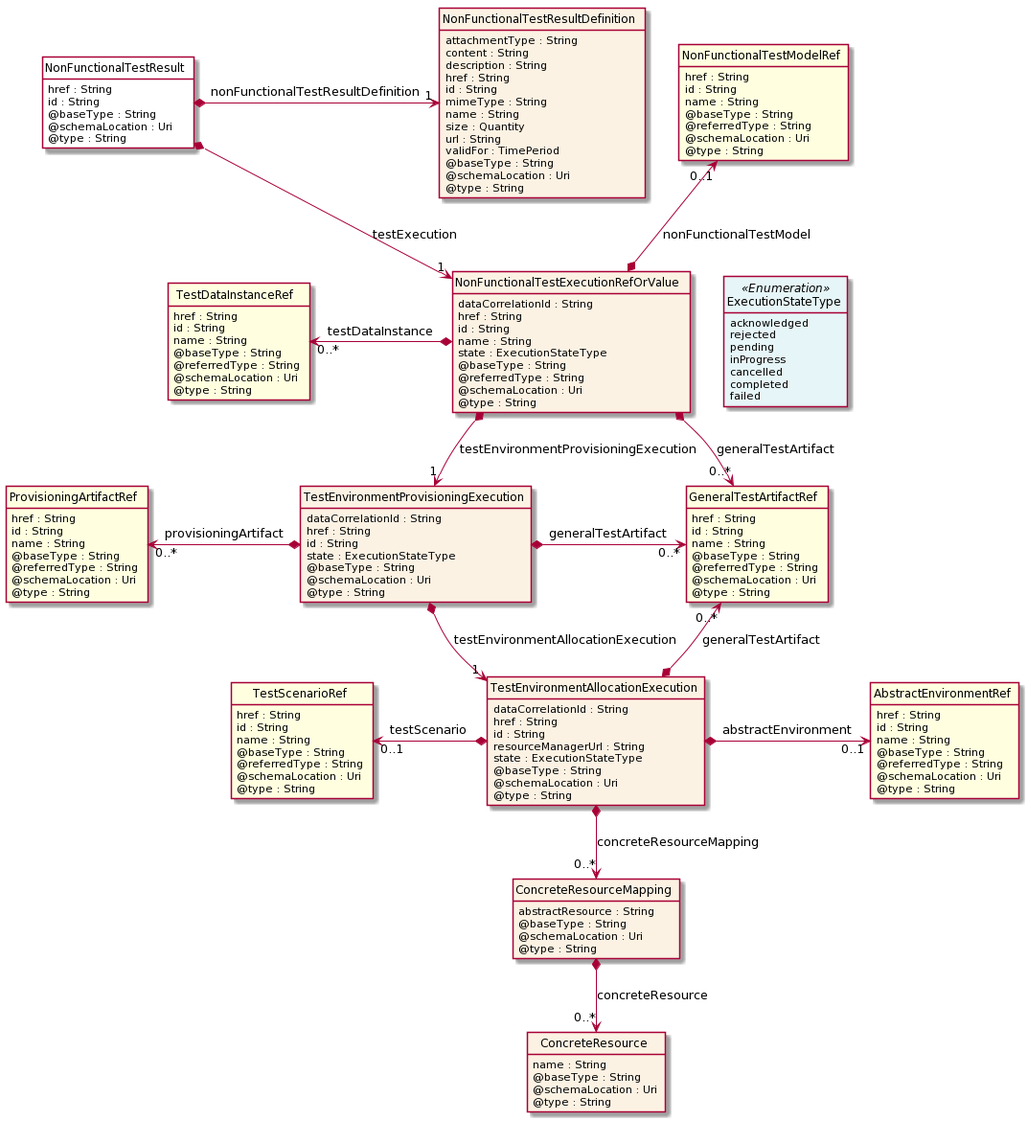
tmforum-apis/Open_Api_And_Data_Model keeps this PlantUML diagram as apis/TMF707_Test_Result/documentation/diagrams/Resource_NonFunctionalTestResult.png. Above is the earlier version.
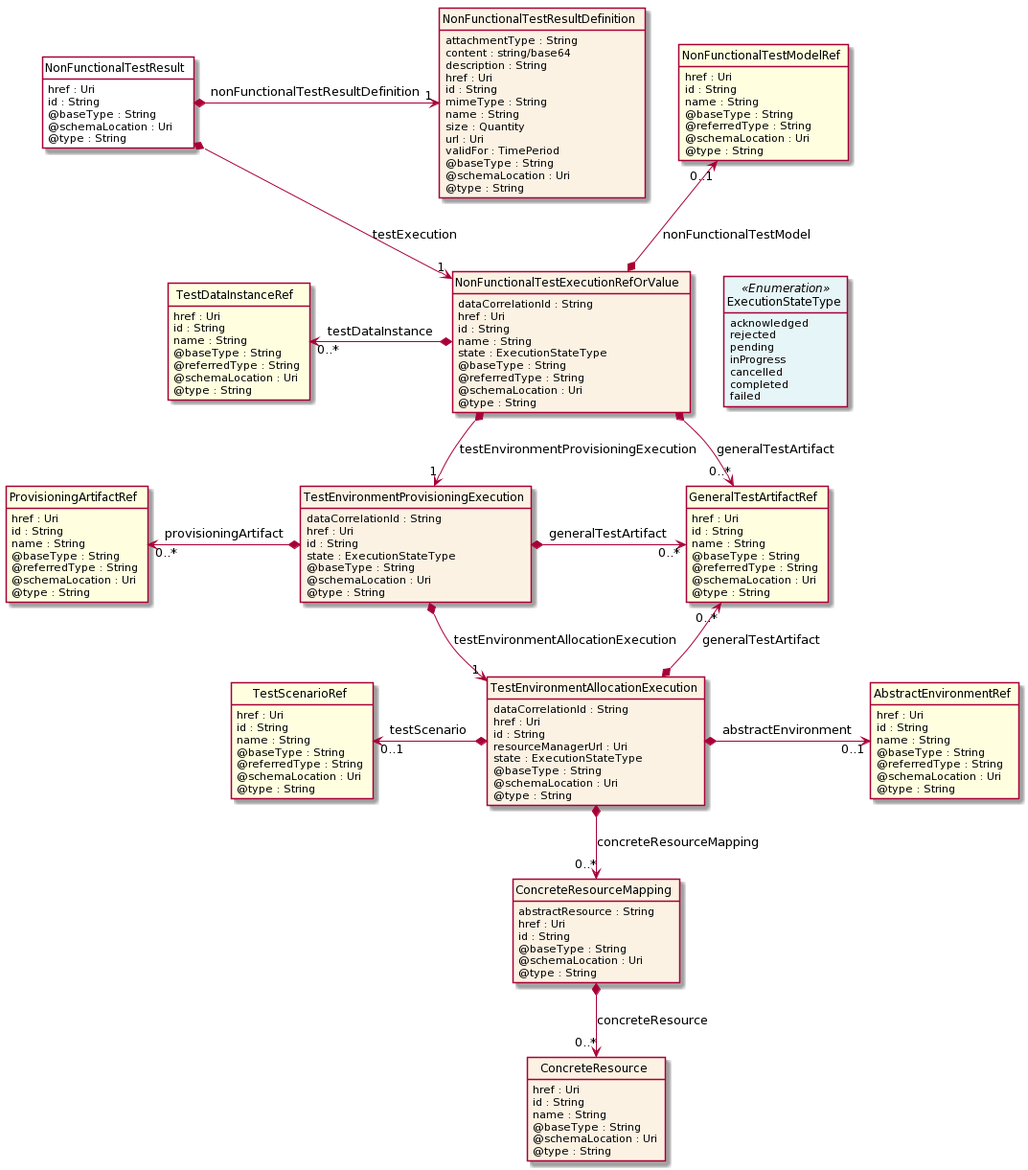
After the commit.

What changed in the source:
```diff
@@ -11,7 +11,7 @@
 }
 
 class NonFunctionalTestResult  <<Pivot>> {
-    href : String
+    href : Uri
     id : String
     @baseType : String
     @schemaLocation : Uri
@@ -20,14 +20,14 @@
 
 class NonFunctionalTestResultDefinition  {
     attachmentType : String
-    content : String
+    content : string/base64
     description : String
-    href : String
+    href : Uri
     id : String
     mimeType : String
     name : String
     size : Quantity
-    url : String
+    url : Uri
     validFor : TimePeriod
     @baseType : String
     @schemaLocation : Uri
@@ -36,7 +36,7 @@
 
 class NonFunctionalTestExecutionRefOrValue  {
     dataCorrelationId : String
-    href : String
+    href : Uri
     id : String
     name : String
     state : ExecutionStateType
@@ -57,7 +57,7 @@
 }
 
 class GeneralTestArtifactRef  <<Ref>> {
-    href : String
+    href : Uri
     id : String
     name : String
     @baseType : String
@@ -67,7 +67,7 @@
 }
 
 class NonFunctionalTestModelRef  <<Ref>> {
-    href : String
+    href : Uri
     id : String
     name : String
     @baseType : String
@@ -78,7 +78,7 @@
 
 class TestEnvironmentProvisioningExecution  {
     dataCorrelationId : String
-    href : String
+    href : Uri
     id : String
     state : ExecutionStateType
     @baseType : String
@@ -87,7 +87,7 @@
 }
 
 class ProvisioningArtifactRef  <<Ref>> {
-    href : String
+    href : Uri
     id : String
     name : String
     @baseType : String
@@ -98,9 +98,9 @@
 
 class TestEnvironmentAllocationExecution  {
     dataCorrelationId : String
-    href : String
+    href : Uri
     id : String
-    resourceManagerUrl : String
+    resourceManagerUrl : Uri
     state : ExecutionStateType
     @baseType : String
     @schemaLocation : Uri
@@ -108,7 +108,7 @@
 }
 
 class AbstractEnvironmentRef  <<Ref>> {
-    href : String
+    href : Uri
     id : String
     name : String
     @baseType : String
@@ -118,7 +118,7 @@
 }
 
 class TestScenarioRef  <<Ref>> {
-    href : String
+    href : Uri
     id : String
     name : String
     @baseType : String
@@ -129,12 +129,16 @@
 
 class ConcreteResourceMapping  {
     abstractResource : String
+    href : Uri
+    id : String
     @baseType : String
     @schemaLocation : Uri
     @type : String
 }
 
 class ConcreteResource  {
+    href : Uri
+    id : String
     name : String
     @baseType : String
     @schemaLocation : Uri
@@ -142,7 +146,7 @@
 }
 
 class TestDataInstanceRef  <<Ref>> {
-    href : String
+    href : Uri
     id : String
     name : String
     @baseType : String
```
